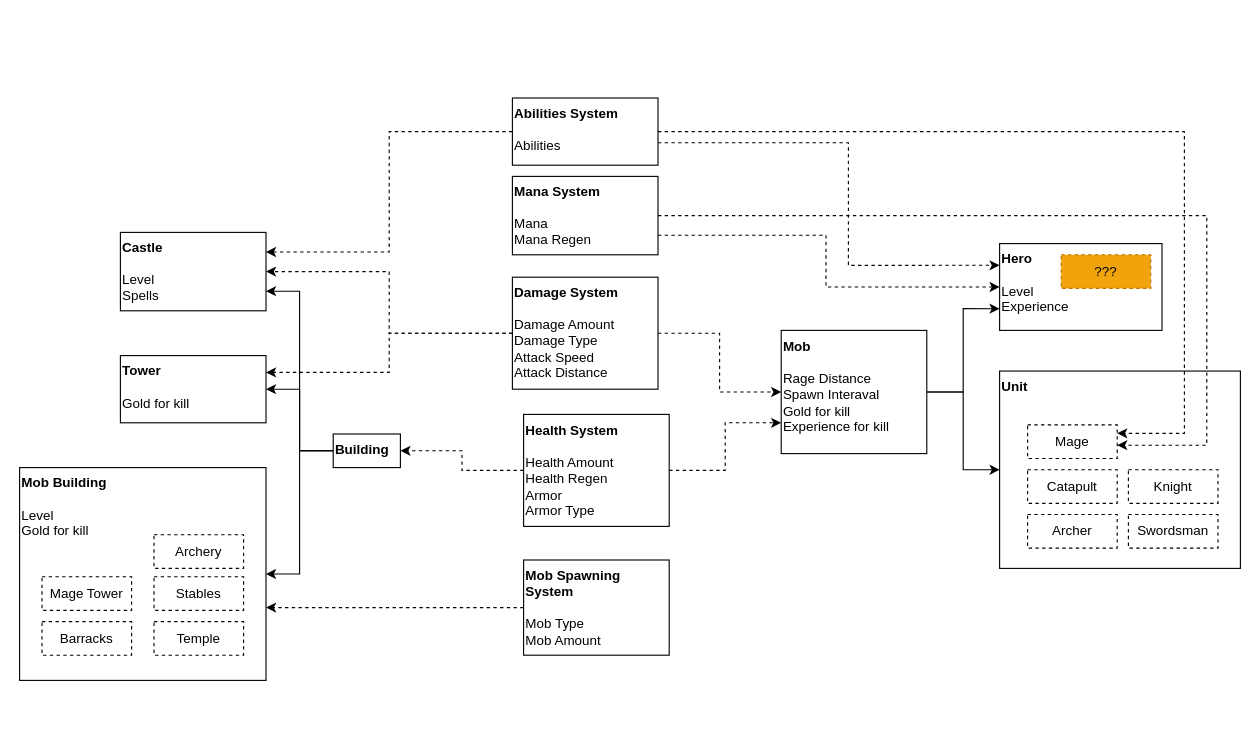
Before: Диаграмма без названия.drawio in aandrieiev1998/castle_fight_mobile, a draw.io diagram. Source tidied: cells renumbered, new cells numbered last; positions are measured from the earlier drawing's top-left corner, leaving out a move shared by most shapes. Both pictures are drawn from the tidied source at 112%, with x=0, y=0 at pixel (19, 97).
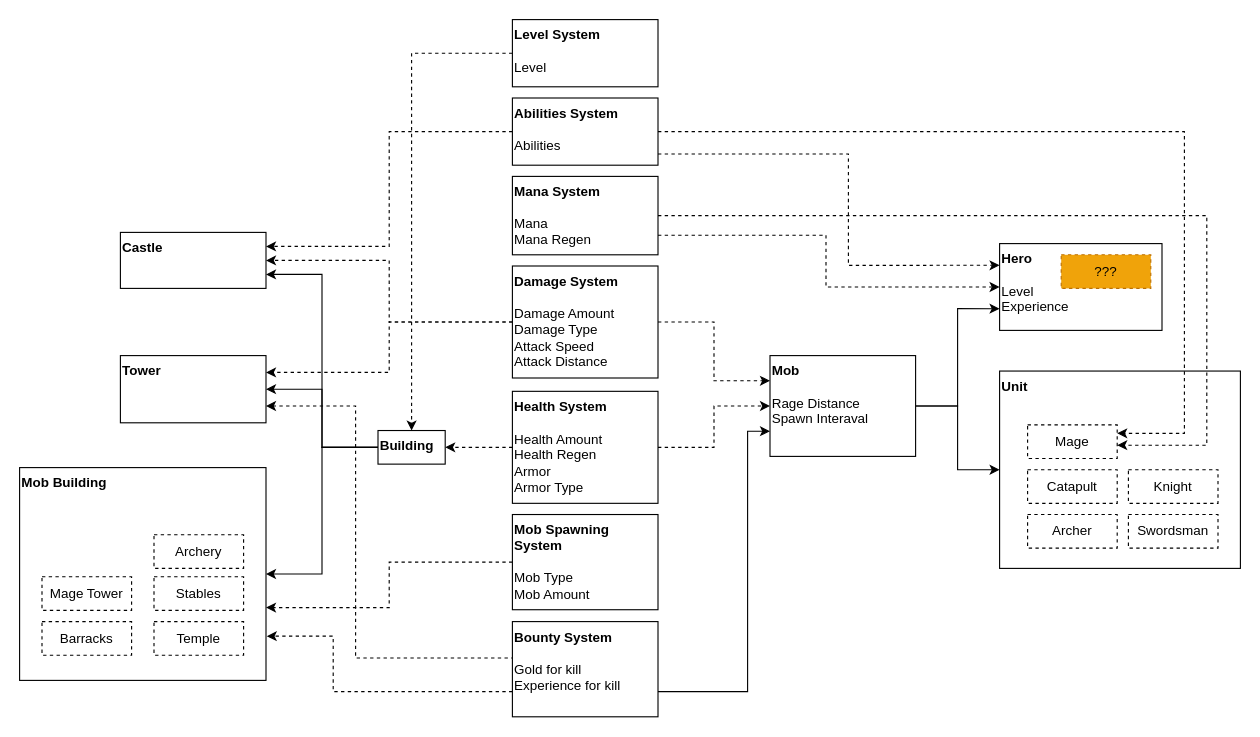
Above is the later version.

The change refers to these unchanged cells:
```xml
<mxCell id="18" value="&lt;b&gt;Hero&lt;br&gt;&lt;/b&gt;&lt;br&gt;Level&lt;br&gt;Experience" style="rounded=0;whiteSpace=wrap;html=1;align=left;verticalAlign=top;" parent="1" vertex="1">
  <mxGeometry x="875" y="130" width="145" height="77.5" as="geometry" />
</mxCell>
<mxCell id="32" value="&lt;b&gt;Abilities System&lt;br&gt;&lt;/b&gt;&lt;br&gt;Abilities" style="rounded=0;whiteSpace=wrap;html=1;align=left;verticalAlign=top;" parent="1" vertex="1">
  <mxGeometry x="440" width="130" height="60" as="geometry" />
</mxCell>
```

Diff of the diagram source:
```diff
@@
-    <mxCell id="4" style="edgeStyle=orthogonalEdgeStyle;rounded=0;jettySize=auto;html=1;dashed=1;" parent="1" edge="1" source="5" target="17">
+    <mxCell id="4" style="edgeStyle=orthogonalEdgeStyle;rounded=0;jettySize=auto;html=1;dashed=1;entryX=0;entryY=0.25;entryDx=0;entryDy=0;" parent="1" edge="1" source="5" target="17">
       <mxGeometry relative="1" as="geometry" />
     </mxCell>
     <mxCell id="5" value="&lt;b&gt;Damage System&lt;/b&gt;&lt;br&gt;&lt;br&gt;Damage Amount&lt;br&gt;Damage Type&lt;br&gt;Attack Speed&lt;br&gt;Attack Distance" style="rounded=0;whiteSpace=wrap;html=1;align=left;verticalAlign=top;" parent="1" vertex="1">
-      <mxGeometry x="440" y="160" width="130" height="100" as="geometry" />
+      <mxGeometry x="440" y="150" width="130" height="100" as="geometry" />
     </mxCell>
@@
-    <mxCell id="7" style="edgeStyle=orthogonalEdgeStyle;rounded=0;jettySize=auto;html=1;entryX=0;entryY=0.75;entryDx=0;entryDy=0;dashed=1;" parent="1" edge="1" source="8" target="17">
+    <mxCell id="7" style="edgeStyle=orthogonalEdgeStyle;rounded=0;jettySize=auto;html=1;entryX=0;entryY=0.5;entryDx=0;entryDy=0;dashed=1;" parent="1" edge="1" source="8" target="17">
       <mxGeometry relative="1" as="geometry" />
     </mxCell>
     <mxCell id="8" value="&lt;b&gt;Health System&lt;br&gt;&lt;/b&gt;&lt;br&gt;Health Amount&lt;br&gt;Health Regen&lt;br&gt;Armor&lt;br&gt;Armor Type" style="rounded=0;whiteSpace=wrap;html=1;align=left;verticalAlign=top;" parent="1" vertex="1">
-      <mxGeometry x="450" y="282.5" width="130" height="100" as="geometry" />
+      <mxGeometry x="440" y="261.9" width="130" height="100" as="geometry" />
     </mxCell>
-    <mxCell id="9" value="&lt;b&gt;Castle&lt;br&gt;&lt;/b&gt;&lt;br&gt;Level&lt;br&gt;Spells" style="rounded=0;whiteSpace=wrap;html=1;align=left;verticalAlign=top;" parent="1" vertex="1">
-      <mxGeometry x="90" y="120" width="130" height="70" as="geometry" />
+    <mxCell id="9" value="&lt;b&gt;Castle&lt;br&gt;&lt;/b&gt;" style="rounded=0;whiteSpace=wrap;html=1;align=left;verticalAlign=top;" parent="1" vertex="1">
+      <mxGeometry x="90" y="120" width="130" height="50" as="geometry" />
     </mxCell>
-    <mxCell id="10" value="&lt;b&gt;Tower&lt;br&gt;&lt;/b&gt;&lt;br&gt;Gold for kill" style="rounded=0;whiteSpace=wrap;html=1;align=left;verticalAlign=top;" parent="1" vertex="1">
+    <mxCell id="10" value="&lt;b&gt;Tower&lt;br&gt;&lt;/b&gt;&lt;br&gt;" style="rounded=0;whiteSpace=wrap;html=1;align=left;verticalAlign=top;" parent="1" vertex="1">
       <mxGeometry x="90" y="230" width="130" height="60" as="geometry" />
     </mxCell>
@@
     <mxCell id="14" value="&lt;b&gt;Building&lt;br&gt;&lt;/b&gt;&lt;br&gt;" style="rounded=0;whiteSpace=wrap;html=1;align=left;verticalAlign=top;" parent="1" vertex="1">
-      <mxGeometry x="280" y="300" width="60" height="30" as="geometry" />
+      <mxGeometry x="320" y="296.9" width="60" height="30" as="geometry" />
     </mxCell>
@@
-    <mxCell id="17" value="&lt;b&gt;Mob&lt;br&gt;&lt;/b&gt;&lt;br&gt;Rage Distance&lt;br&gt;Spawn Interaval&lt;br&gt;Gold for kill&lt;br&gt;Experience for kill" style="rounded=0;whiteSpace=wrap;html=1;align=left;verticalAlign=top;" parent="1" vertex="1">
-      <mxGeometry x="680" y="207.5" width="130" height="110" as="geometry" />
+    <mxCell id="17" value="&lt;b&gt;Mob&lt;br&gt;&lt;/b&gt;&lt;br&gt;Rage Distance&lt;br&gt;Spawn Interaval&lt;br&gt;" style="rounded=0;whiteSpace=wrap;html=1;align=left;verticalAlign=top;" parent="1" vertex="1">
+      <mxGeometry x="670" y="230" width="130" height="90" as="geometry" />
     </mxCell>
@@
-    <mxCell id="25" value="&lt;b&gt;Mob Building&lt;br&gt;&lt;/b&gt;&lt;br&gt;Level&lt;br&gt;Gold for kill" style="rounded=0;whiteSpace=wrap;html=1;align=left;verticalAlign=top;" parent="1" vertex="1">
+    <mxCell id="25" value="&lt;b&gt;Mob Building&lt;/b&gt;" style="rounded=0;whiteSpace=wrap;html=1;align=left;verticalAlign=top;" parent="1" vertex="1">
       <mxGeometry y="330" width="220" height="190" as="geometry" />
     </mxCell>
@@
     <mxCell id="29" style="edgeStyle=orthogonalEdgeStyle;rounded=0;jettySize=auto;html=1;entryX=0;entryY=0.25;entryDx=0;entryDy=0;dashed=1;" parent="1" edge="1" source="32" target="18">
       <mxGeometry relative="1" as="geometry">
         <Array as="points">
-          <mxPoint x="740" y="40" />
+          <mxPoint x="740" y="50" />
           <mxPoint x="740" y="150" />
           <mxPoint x="875" y="150" />
         </Array>
       </mxGeometry>
     </mxCell>
@@
     <mxCell id="39" value="&lt;b&gt;Mob Spawning System&lt;br&gt;&lt;/b&gt;&lt;br&gt;Mob Type&lt;br&gt;Mob Amount" style="rounded=0;whiteSpace=wrap;html=1;align=left;verticalAlign=top;" parent="1" vertex="1">
-      <mxGeometry x="450" y="412.5" width="130" height="85" as="geometry" />
+      <mxGeometry x="440" y="371.9" width="130" height="85" as="geometry" />
     </mxCell>
@@
+    <mxCell id="41" style="edgeStyle=orthogonalEdgeStyle;rounded=0;jettySize=auto;html=1;entryX=1;entryY=0.75;entryDx=0;entryDy=0;dashed=1;exitX=0.005;exitY=0.397;exitDx=0;exitDy=0;exitPerimeter=0;" parent="1" edge="1" source="44" target="10">
+      <mxGeometry relative="1" as="geometry">
+        <Array as="points">
+          <mxPoint x="441" y="500" />
+          <mxPoint x="300" y="500" />
+          <mxPoint x="300" y="275" />
+        </Array>
+      </mxGeometry>
+    </mxCell>
+    <mxCell id="42" style="edgeStyle=orthogonalEdgeStyle;rounded=0;jettySize=auto;html=1;entryX=1.003;entryY=0.792;entryDx=0;entryDy=0;entryPerimeter=0;dashed=1;" parent="1" edge="1" source="44" target="25">
+      <mxGeometry relative="1" as="geometry">
+        <Array as="points">
+          <mxPoint x="280" y="530" />
+          <mxPoint x="280" y="481" />
+        </Array>
+      </mxGeometry>
+    </mxCell>
+    <mxCell id="43" style="edgeStyle=orthogonalEdgeStyle;rounded=0;jettySize=auto;html=1;entryX=0;entryY=0.75;entryDx=0;entryDy=0;" parent="1" edge="1" source="44" target="17">
+      <mxGeometry relative="1" as="geometry">
+        <Array as="points">
+          <mxPoint x="650" y="530" />
+          <mxPoint x="650" y="297" />
+        </Array>
+      </mxGeometry>
+    </mxCell>
+    <mxCell id="44" value="&lt;b&gt;Bounty System&lt;br&gt;&lt;/b&gt;&lt;br&gt;Gold for kill&lt;br&gt;Experience for kill" style="rounded=0;whiteSpace=wrap;html=1;align=left;verticalAlign=top;" parent="1" vertex="1">
+      <mxGeometry x="440" y="467.5" width="130" height="85" as="geometry" />
+    </mxCell>
+    <mxCell id="45" style="edgeStyle=orthogonalEdgeStyle;rounded=0;jettySize=auto;html=1;dashed=1;" parent="1" edge="1" source="46" target="14">
+      <mxGeometry relative="1" as="geometry" />
+    </mxCell>
+    <mxCell id="46" value="&lt;b&gt;Level System&lt;br&gt;&lt;/b&gt;&lt;br&gt;Level" style="rounded=0;whiteSpace=wrap;html=1;align=left;verticalAlign=top;" parent="1" vertex="1">
+      <mxGeometry x="440" y="-70" width="130" height="60" as="geometry" />
+    </mxCell>
```
